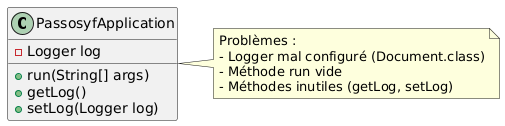
Earlier version of the PlantUML export img/before.png (OneEyeX/Projet-GL). The source it was exported from:
```plantuml
@startuml
class PassosyfApplication {
  - Logger log
  + run(String[] args)
  + getLog()
  + setLog(Logger log)
}

note right of PassosyfApplication
Problèmes :
- Logger mal configuré (Document.class)
- Méthode run vide
- Méthodes inutiles (getLog, setLog)
end note
@enduml
```
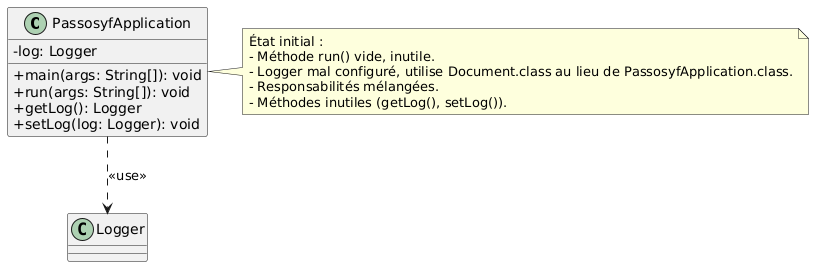
After the commit.

What changed in the source:
```diff
@@ -1,15 +1,20 @@
 @startuml
+skinparam classAttributeIconSize 0
 class PassosyfApplication {
-  - Logger log
-  + run(String[] args)
-  + getLog()
-  + setLog(Logger log)
+    - log: Logger
+    + main(args: String[]): void
+    + run(args: String[]): void
+    + getLog(): Logger
+    + setLog(log: Logger): void
 }
 
 note right of PassosyfApplication
-Problèmes :
-- Logger mal configuré (Document.class)
-- Méthode run vide
-- Méthodes inutiles (getLog, setLog)
+  État initial :
+  - Méthode run() vide, inutile.
+  - Logger mal configuré, utilise Document.class au lieu de PassosyfApplication.class.
+  - Responsabilités mélangées.
+  - Méthodes inutiles (getLog(), setLog()).
 end note
+
+PassosyfApplication ..> Logger : "<< use >>"
 @enduml
```
